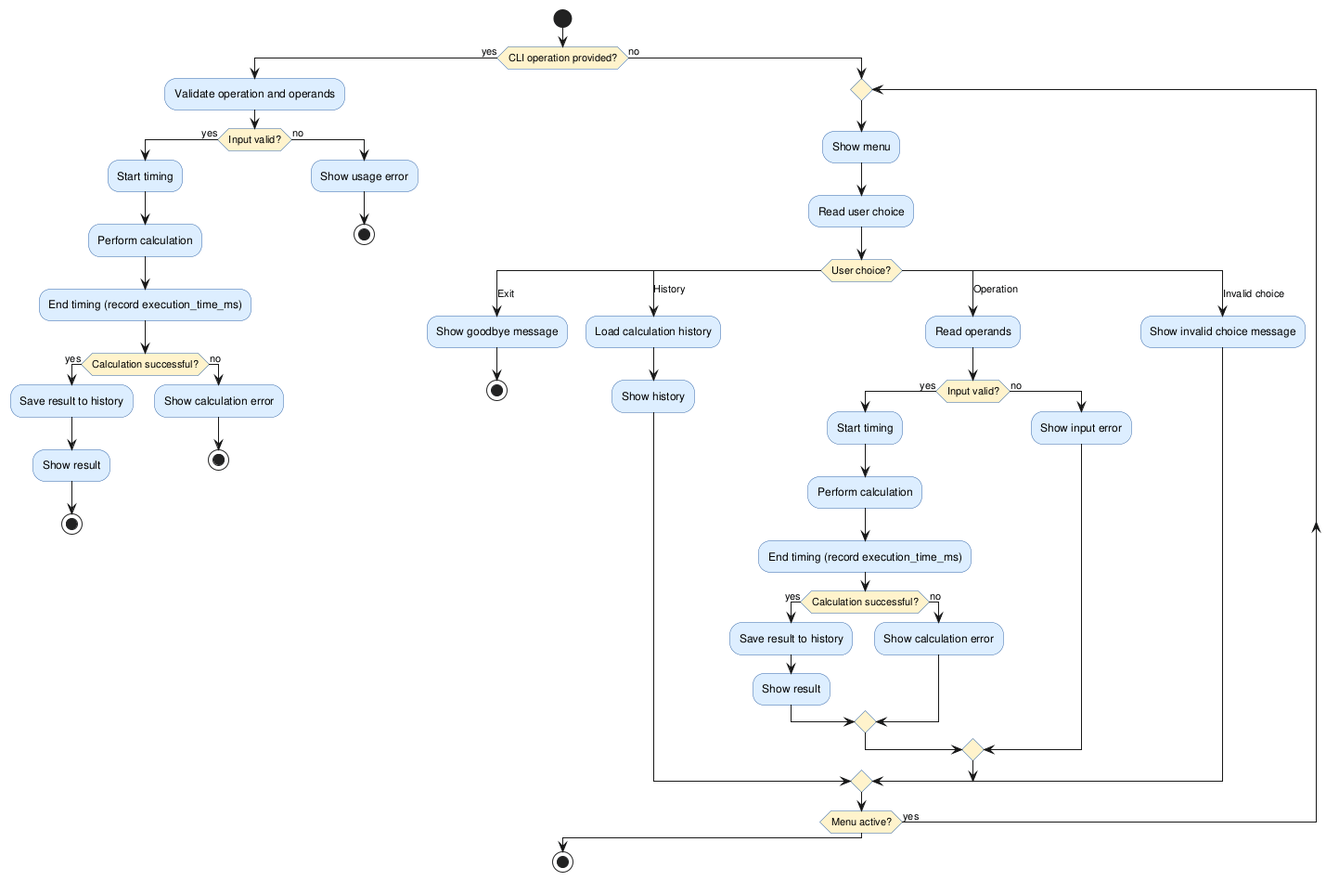
Above: experiments/pipeline/user_stories/calculator/artifacts/activity_diagram.png in DanielRiha8906/Software_autoevolution_using_agents (PlantUML), before the change.
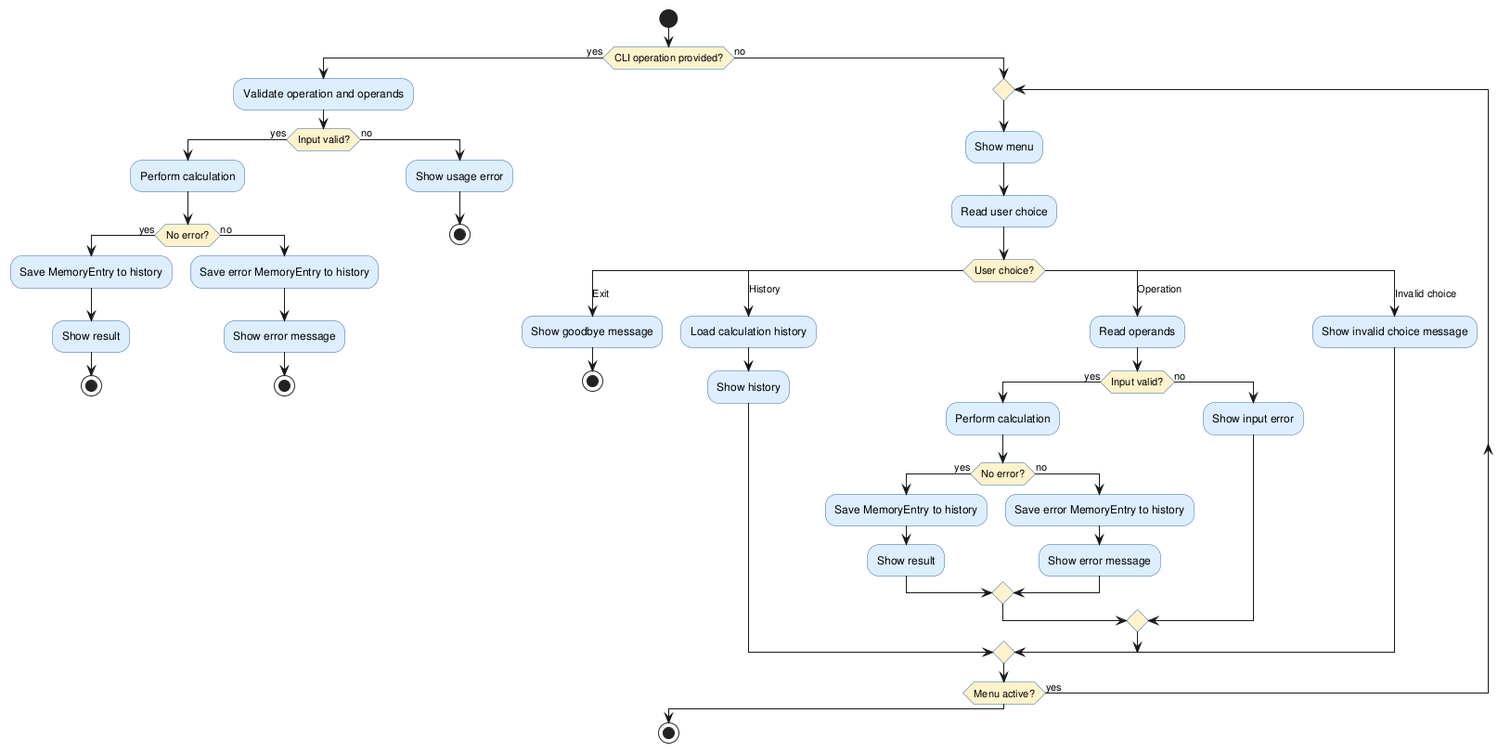
Later version of the same file.

Change to the diagram source:
```diff
@@ -11,16 +11,15 @@
   :Validate operation and operands;
 
   if (Input valid?) then (yes)
-    :Start timing;
     :Perform calculation;
-    :End timing (record execution_time_ms);
 
-    if (Calculation successful?) then (yes)
-      :Save result to history;
+    if (No error?) then (yes)
+      :Save MemoryEntry to history;
       :Show result;
       stop
     else (no)
-      :Show calculation error;
+      :Save error MemoryEntry to history;
+      :Show error message;
       stop
     endif
 
@@ -49,15 +48,14 @@
         :Read operands;
 
         if (Input valid?) then (yes)
-          :Start timing;
           :Perform calculation;
-          :End timing (record execution_time_ms);
 
-          if (Calculation successful?) then (yes)
-            :Save result to history;
+          if (No error?) then (yes)
+            :Save MemoryEntry to history;
             :Show result;
           else (no)
-            :Show calculation error;
+            :Save error MemoryEntry to history;
+            :Show error message;
           endif
 
         else (no)
```
